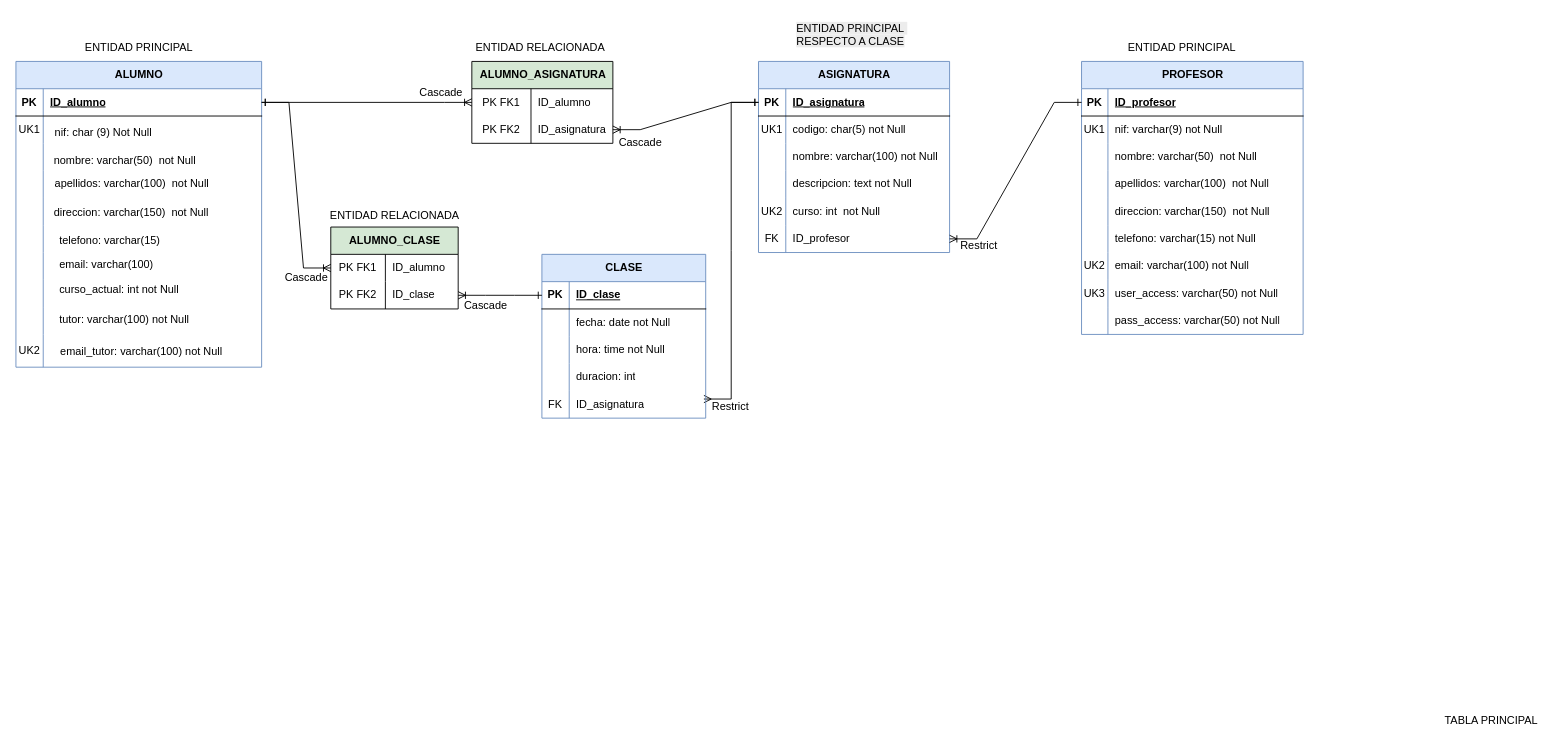
Above: PLA7/colegio.drawio in jocuni-p/PLA (draw.io), before the change. Source tidied: cells renumbered, new cells numbered last; positions are measured from the earlier drawing's top-left corner, leaving out a move shared by most shapes. Both pictures are drawn from the tidied source at 91%, with x=0, y=0 at pixel (15, 15).
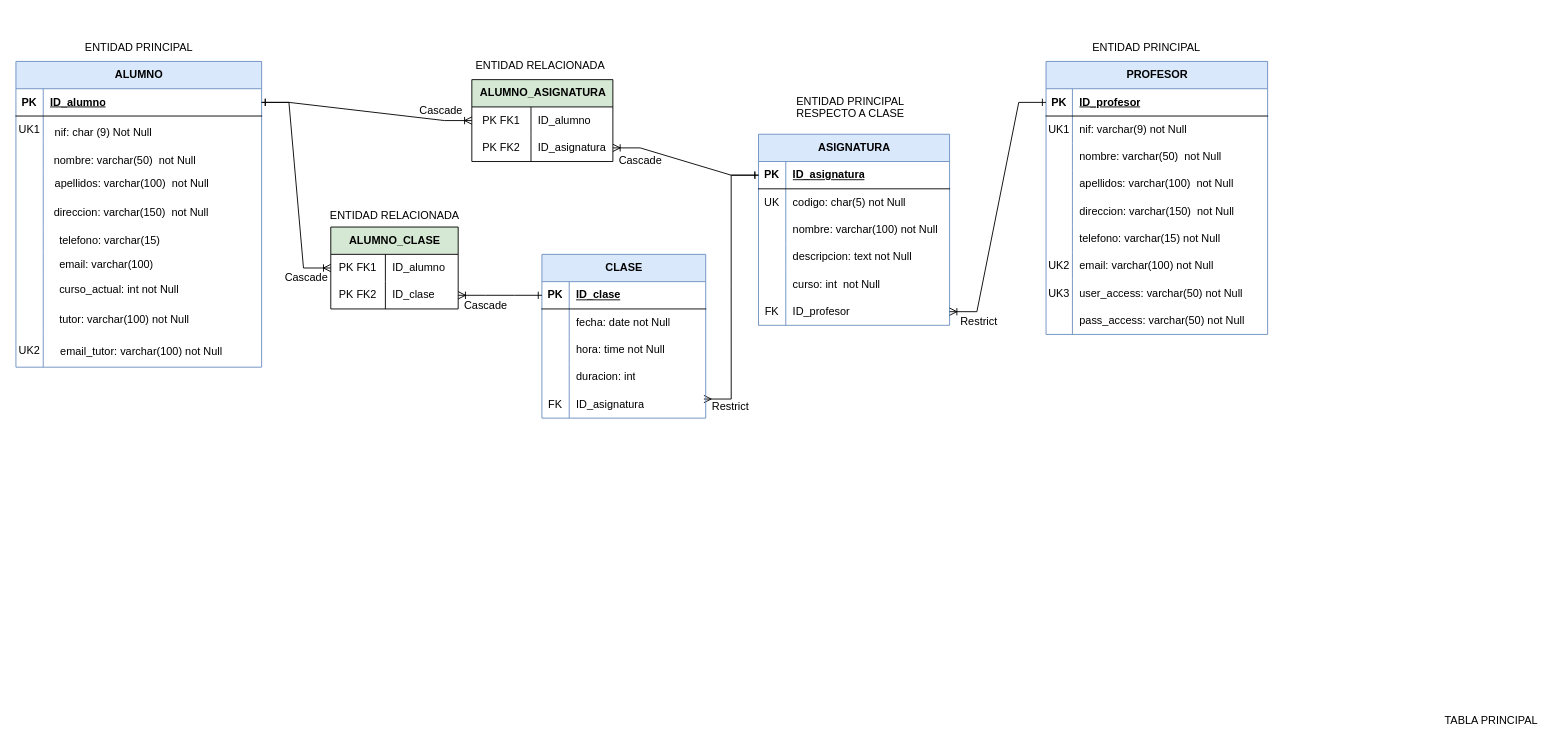
Above is the later version.

Unchanged cells that the change refers to:
```xml
<mxCell id="34" style="shape=tableRow;horizontal=0;startSize=0;swimlaneHead=0;swimlaneBody=0;fillColor=none;top=0;left=0;right=0;bottom=0;" parent="30" vertex="1">
  <mxGeometry y="60" width="210" height="30" as="geometry" />
</mxCell>
<mxCell id="43" style="shape=tableRow;horizontal=0;startSize=0;swimlaneHead=0;swimlaneBody=0;fillColor=none;top=0;left=0;right=0;bottom=0;" parent="30" vertex="1">
  <mxGeometry y="150" width="210" height="30" as="geometry" />
</mxCell>
```

The edit, as a diff of the source:
```diff
@@
     <mxCell id="2" value="PROFESOR" style="shape=table;startSize=30;childLayout=tableLayout;rowLines=0;fontStyle=1;align=center;html=1;swimlaneLine=1;shadow=0;rounded=0;fillColor=#dae8fc;strokeColor=#6c8ebf;" parent="1" vertex="1">
-      <mxGeometry x="1171" y="50" width="243.5" height="300" as="geometry" />
+      <mxGeometry x="1132" y="50" width="243.5" height="300" as="geometry" />
     </mxCell>
@@
     <mxCell id="30" value="ASIGNATURA" style="shape=table;startSize=30;childLayout=tableLayout;rowLines=0;fontStyle=1;align=center;html=1;fillColor=#dae8fc;strokeColor=#6c8ebf;" parent="1" vertex="1">
-      <mxGeometry x="816" y="50" width="210" height="210" as="geometry" />
+      <mxGeometry x="816" y="130" width="210" height="210" as="geometry" />
     </mxCell>
@@
-    <mxCell id="35" value="&lt;font style=&quot;color: rgb(0, 0, 0); font-weight: normal;&quot;&gt;UK1&lt;/font&gt;" style="shape=partialRectangle;fillColor=none;top=0;left=0;bottom=0;right=0;overflow=hidden;whiteSpace=wrap;html=1;fontStyle=1;fontColor=#FF0000;" parent="34" vertex="1">
+    <mxCell id="35" value="&lt;font style=&quot;color: rgb(0, 0, 0); font-weight: normal;&quot;&gt;UK&lt;/font&gt;" style="shape=partialRectangle;fillColor=none;top=0;left=0;bottom=0;right=0;overflow=hidden;whiteSpace=wrap;html=1;fontStyle=1;fontColor=#FF0000;" parent="34" vertex="1">
       <mxGeometry width="30" height="30" as="geometry" />
     </mxCell>
@@
-    <mxCell id="44" value="&lt;font style=&quot;color: rgb(0, 0, 0); font-weight: normal;&quot;&gt;UK2&lt;/font&gt;" style="shape=partialRectangle;fillColor=none;top=0;left=0;bottom=0;right=0;overflow=hidden;whiteSpace=wrap;html=1;fontStyle=1;fontColor=#FF0000;" parent="43" vertex="1">
+    <mxCell id="44" style="shape=partialRectangle;fillColor=none;top=0;left=0;bottom=0;right=0;overflow=hidden;whiteSpace=wrap;html=1;fontStyle=1;fontColor=#FF0000;" parent="43" vertex="1">
       <mxGeometry width="30" height="30" as="geometry" />
     </mxCell>
@@
     <mxCell id="93" value="ENTIDAD RELACIONADA" style="text;html=1;align=center;verticalAlign=middle;strokeColor=none;fillColor=none;" parent="1" vertex="1">
-      <mxGeometry x="491" y="20" width="170" height="30" as="geometry" />
+      <mxGeometry x="491" y="40" width="170" height="30" as="geometry" />
     </mxCell>
@@
     <mxCell id="96" value="Restrict" style="text;html=1;align=center;verticalAlign=middle;strokeColor=none;fillColor=none;" parent="1" vertex="1">
-      <mxGeometry x="1028" y="238" width="60" height="30" as="geometry" />
+      <mxGeometry x="1028" y="321" width="60" height="30" as="geometry" />
     </mxCell>
@@
     <mxCell id="98" value="Cascade" style="text;html=1;align=center;verticalAlign=middle;strokeColor=none;fillColor=none;" parent="1" vertex="1">
-      <mxGeometry x="651" y="124" width="70" height="30" as="geometry" />
+      <mxGeometry x="651" y="144" width="70" height="30" as="geometry" />
     </mxCell>
     <mxCell id="99" value="Cascade" style="text;html=1;align=center;verticalAlign=middle;strokeColor=none;fillColor=none;" parent="1" vertex="1">
-      <mxGeometry x="432" y="69" width="70" height="30" as="geometry" />
+      <mxGeometry x="432" y="89" width="70" height="30" as="geometry" />
     </mxCell>
@@
     <mxCell id="117" value="ALUMNO_ASIGNATURA" style="shape=table;startSize=30;childLayout=tableLayout;rowLines=0;fontStyle=1;align=center;html=1;fillColor=#d5e8d4;strokeColor=#000000;perimeterSpacing=1;" parent="1" vertex="1">
-      <mxGeometry x="501" y="50" width="155" height="90" as="geometry" />
+      <mxGeometry x="501" y="70" width="155" height="90" as="geometry" />
     </mxCell>
@@
     <mxCell id="127" value="ENTIDAD PRINCIPAL" style="text;html=1;align=center;verticalAlign=middle;strokeColor=none;fillColor=none;" parent="1" vertex="1">
-      <mxGeometry x="1211" y="20" width="140" height="30" as="geometry" />
+      <mxGeometry x="1172" y="20" width="140" height="30" as="geometry" />
     </mxCell>
@@
-    <mxCell id="137" value="&lt;span style=&quot;font-family: Helvetica; font-size: 12px; font-style: normal; font-variant-ligatures: normal; font-variant-caps: normal; font-weight: 400; letter-spacing: normal; orphans: 2; text-align: center; text-indent: 0px; text-transform: none; widows: 2; word-spacing: 0px; -webkit-text-stroke-width: 0px; white-space: nowrap; background-color: rgb(236, 236, 236); text-decoration-thickness: initial; text-decoration-style: initial; text-decoration-color: initial; float: none; display: inline !important;&quot;&gt;&lt;font style=&quot;color: rgb(0, 0, 0);&quot;&gt;ENTIDAD PRINCIPAL&amp;nbsp;&lt;/font&gt;&lt;/span&gt;&lt;div&gt;&lt;span style=&quot;font-family: Helvetica; font-size: 12px; font-style: normal; font-variant-ligatures: normal; font-variant-caps: normal; font-weight: 400; letter-spacing: normal; orphans: 2; text-align: center; text-indent: 0px; text-transform: none; widows: 2; word-spacing: 0px; -webkit-text-stroke-width: 0px; white-space: nowrap; background-color: rgb(236, 236, 236); text-decoration-thickness: initial; text-decoration-style: initial; text-decoration-color: initial; float: none; display: inline !important; color: rgb(0, 0, 0);&quot;&gt;&lt;font style=&quot;color: rgb(0, 0, 0);&quot;&gt;RESPECTO A CLASE&lt;/font&gt;&lt;/span&gt;&lt;/div&gt;" style="text;whiteSpace=wrap;html=1;" parent="1" vertex="1">
-      <mxGeometry x="856" width="150" height="40" as="geometry" />
+    <mxCell id="137" value="&lt;span style=&quot;font-family: Helvetica; font-size: 12px; font-style: normal; font-variant-ligatures: normal; font-variant-caps: normal; font-weight: 400; letter-spacing: normal; orphans: 2; text-align: center; text-indent: 0px; text-transform: none; widows: 2; word-spacing: 0px; -webkit-text-stroke-width: 0px; white-space: nowrap; text-decoration-thickness: initial; text-decoration-style: initial; text-decoration-color: initial; float: none; display: inline !important;&quot;&gt;&lt;font style=&quot;&quot;&gt;ENTIDAD PRINCIPAL&amp;nbsp;&lt;/font&gt;&lt;/span&gt;&lt;div&gt;&lt;span style=&quot;font-family: Helvetica; font-size: 12px; font-style: normal; font-variant-ligatures: normal; font-variant-caps: normal; font-weight: 400; letter-spacing: normal; orphans: 2; text-align: center; text-indent: 0px; text-transform: none; widows: 2; word-spacing: 0px; -webkit-text-stroke-width: 0px; white-space: nowrap; text-decoration-thickness: initial; text-decoration-style: initial; text-decoration-color: initial; float: none; display: inline !important;&quot;&gt;&lt;font style=&quot;&quot;&gt;RESPECTO A CLASE&lt;/font&gt;&lt;/span&gt;&lt;/div&gt;" style="text;whiteSpace=wrap;html=1;fontColor=default;labelBackgroundColor=default;" parent="1" vertex="1">
+      <mxGeometry x="856" y="80" width="150" height="40" as="geometry" />
     </mxCell>
```
